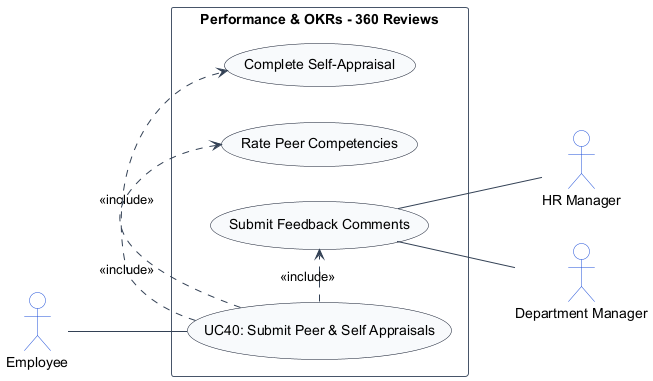
Before: usecase_images/module_05_performance_okrs/UC40.png, a diagram exported from PlantUML (TamBui1706/HRPlatform).
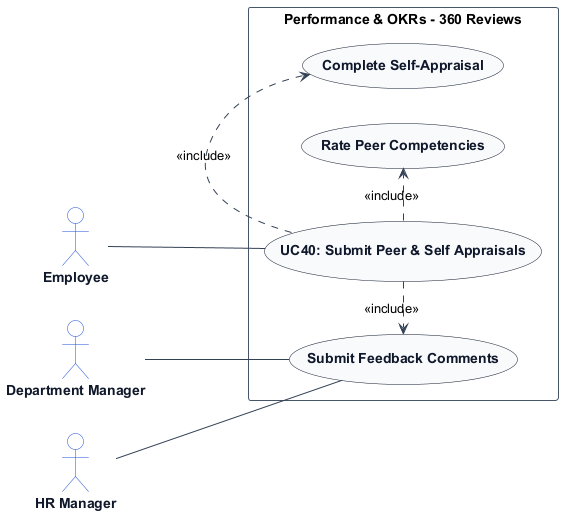
Above is the later version.

Diff of the diagram source:
```diff
@@ -7,14 +7,20 @@
 skinparam ArrowColor #334155
 skinparam ActorBorderColor #1d4ed8
 skinparam ActorBackgroundColor #ffffff
+skinparam ActorFontColor #0f172a
+skinparam ActorFontStyle bold
+
 skinparam UsecaseBorderColor #0f172a
 skinparam UsecaseBackgroundColor #f8fafc
+skinparam UsecaseFontColor #0f172a
+skinparam UsecaseFontStyle bold
+
 skinparam RectangleBorderColor #475569
 skinparam RectangleBackgroundColor #ffffff
 
 actor "Employee" as Employee
+actor "Department Manager" as DepartmentManager
 actor "HR Manager" as HRManager
-actor "Department Manager" as DepartmentManager
 
 rectangle "Performance & OKRs - 360 Reviews" {
     usecase "UC40: Submit Peer & Self Appraisals" as UC_Main
@@ -23,10 +29,10 @@
     usecase "Submit Feedback Comments" as UC_SubComments
 
     Employee -- UC_Main
+    DepartmentManager -- UC_SubComments
+    HRManager -- UC_SubComments
     UC_Main .> UC_SelfApp : <<include>>
     UC_Main .> UC_RatePeer : <<include>>
     UC_Main .> UC_SubComments : <<include>>
-    UC_SubComments -- HRManager
-    UC_SubComments -- DepartmentManager
 }
 @enduml
```
